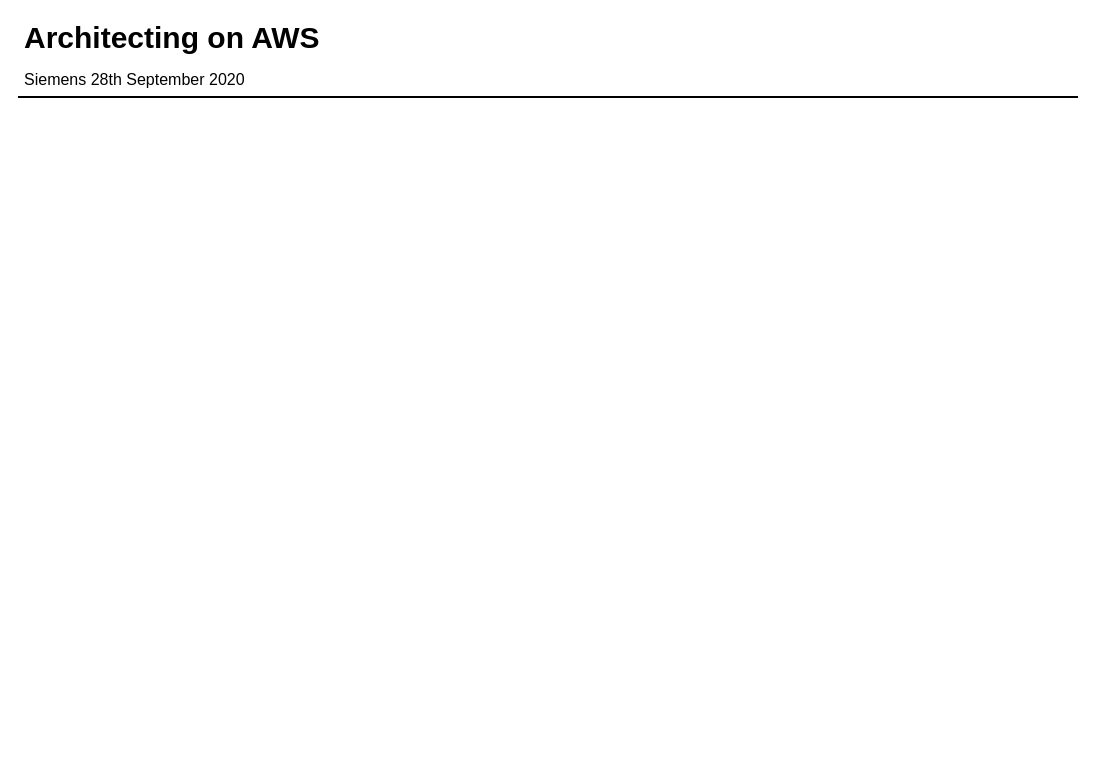
Above: page "Copy of Page-2" (3 of 6) of siemens-2809-day1.drawio in taupoali/awsdiagrams (draw.io), before the change. Source tidied: cells renumbered, new cells numbered last; positions are measured from the earlier drawing's top-left corner, leaving out a move shared by most shapes. Both pictures are drawn from the tidied source at 100%, with x=0, y=0 at pixel (17, 16).
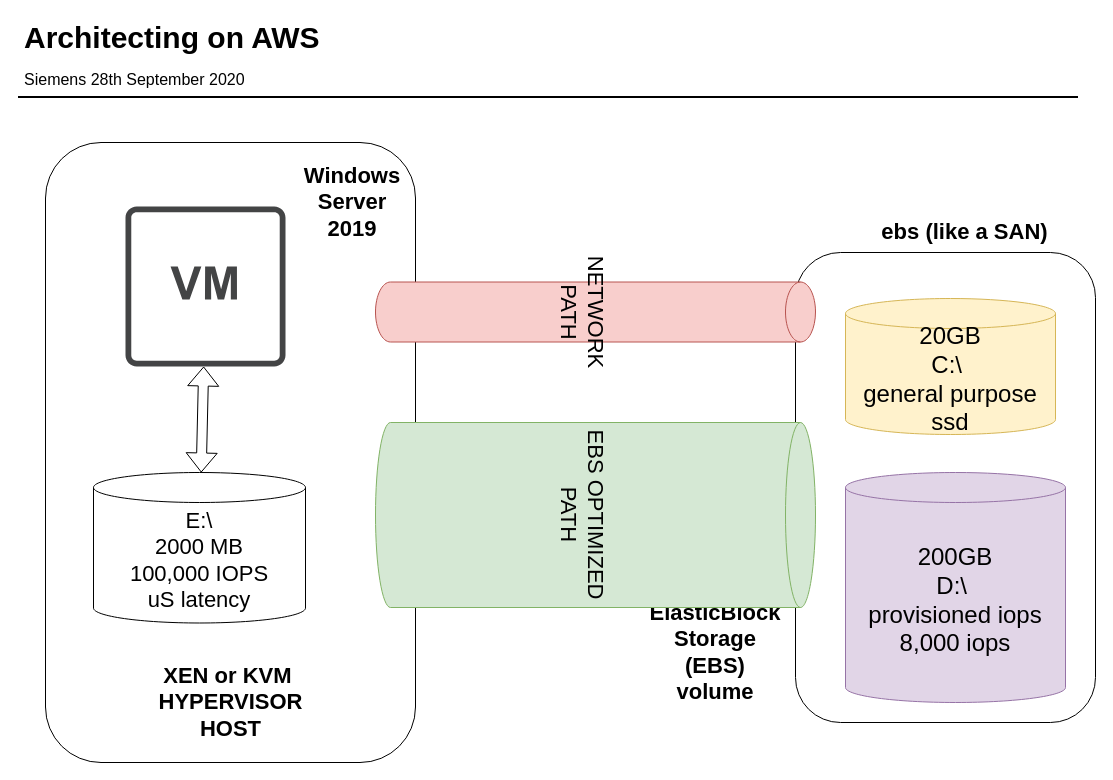
Above is the later version.

Change to the diagram source:
```diff
@@
 <mxGraphModel>
   <root>
     <mxCell id="0" />
     <mxCell id="1" parent="0" />
+    <mxCell id="5" style="rounded=1;whiteSpace=wrap;html=1;align=left;fontSize=22;" parent="1" vertex="1">
+      <mxGeometry x="778" y="236" width="300" height="470" as="geometry" />
+    </mxCell>
+    <mxCell id="6" style="rounded=1;whiteSpace=wrap;html=1;align=left;fontSize=14;" parent="1" vertex="1">
+      <mxGeometry x="28" y="126" width="370" height="620" as="geometry" />
+    </mxCell>
     <mxCell id="2" value="Architecting on AWS" style="text;html=1;align=left;verticalAlign=top;spacingTop=-4;fontSize=30;fontStyle=1;" parent="1" vertex="1">
       <mxGeometry x="4.5" y="0.5" width="310" height="40" as="geometry" />
     </mxCell>
     <mxCell id="3" value="Siemens 28th September 2020" style="text;html=1;align=left;verticalAlign=top;spacingTop=-4;fontSize=16;" parent="1" vertex="1">
       <mxGeometry x="4.5" y="50.5" width="240" height="20" as="geometry" />
     </mxCell>
     <mxCell id="4" style="line;strokeWidth=2;html=1;fontSize=14;" parent="1" vertex="1">
       <mxGeometry x="0.5" y="75.5" width="1060" height="10" as="geometry" />
     </mxCell>
+    <mxCell id="7" style="shadow=0;dashed=0;html=1;strokeColor=none;fillColor=#434445;labelPosition=center;verticalLabelPosition=bottom;verticalAlign=top;align=center;outlineConnect=0;shape=mxgraph.vvd.virtual_machine;" parent="1" vertex="1">
+      <mxGeometry x="108" y="190" width="160" height="160" as="geometry" />
+    </mxCell>
+    <mxCell id="8" value="&lt;font style=&quot;font-size: 24px&quot;&gt;20GB&lt;br&gt;C:\&amp;nbsp;&lt;br&gt;general purpose&lt;br&gt;ssd&lt;br&gt;&lt;/font&gt;" style="shape=cylinder3;whiteSpace=wrap;html=1;boundedLbl=1;backgroundOutline=1;size=15;fontSize=14;fillColor=#fff2cc;strokeColor=#d6b656;" parent="1" vertex="1">
+      <mxGeometry x="828" y="282" width="210" height="136" as="geometry" />
+    </mxCell>
+    <mxCell id="9" value="Windows Server 2019" style="text;html=1;strokeColor=none;fillColor=none;align=center;verticalAlign=middle;whiteSpace=wrap;rounded=0;fontSize=22;fontStyle=1;" parent="1" vertex="1">
+      <mxGeometry x="314.5" y="176" width="40" height="20" as="geometry" />
+    </mxCell>
+    <mxCell id="10" value="ElasticBlock Storage (EBS) volume" style="text;html=1;strokeColor=none;fillColor=none;align=center;verticalAlign=middle;whiteSpace=wrap;rounded=0;fontSize=22;fontStyle=1;" parent="1" vertex="1">
+      <mxGeometry x="678" y="626" width="40" height="20" as="geometry" />
+    </mxCell>
+    <mxCell id="11" value="XEN or KVM&amp;nbsp;&lt;br&gt;HYPERVISOR HOST" style="text;html=1;strokeColor=none;fillColor=none;align=center;verticalAlign=middle;whiteSpace=wrap;rounded=0;fontSize=22;fontStyle=1;" parent="1" vertex="1">
+      <mxGeometry x="123.8" y="676" width="178.5" height="20" as="geometry" />
+    </mxCell>
+    <mxCell id="12" value="NETWORK PATH" style="shape=cylinder3;whiteSpace=wrap;html=1;boundedLbl=1;backgroundOutline=1;size=15;fontSize=22;rotation=90;fillColor=#f8cecc;strokeColor=#b85450;" parent="1" vertex="1">
+      <mxGeometry x="548" y="75.5" width="60" height="440" as="geometry" />
+    </mxCell>
+    <mxCell id="13" value="ebs (like a SAN)" style="text;html=1;strokeColor=none;fillColor=none;align=center;verticalAlign=middle;whiteSpace=wrap;rounded=0;fontSize=22;fontStyle=1;" parent="1" vertex="1">
+      <mxGeometry x="858" y="206" width="178.5" height="20" as="geometry" />
+    </mxCell>
+    <mxCell id="14" value="EBS OPTIMIZED PATH" style="shape=cylinder3;whiteSpace=wrap;html=1;boundedLbl=1;backgroundOutline=1;size=15;fontSize=22;rotation=90;fillColor=#d5e8d4;strokeColor=#82b366;" parent="1" vertex="1">
+      <mxGeometry x="485.5" y="278.5" width="185" height="440" as="geometry" />
+    </mxCell>
+    <mxCell id="15" value="&lt;font style=&quot;font-size: 24px&quot;&gt;200GB&lt;br&gt;D:\&amp;nbsp;&lt;br&gt;provisioned iops&lt;br&gt;8,000 iops&lt;br&gt;&lt;/font&gt;" style="shape=cylinder3;whiteSpace=wrap;html=1;boundedLbl=1;backgroundOutline=1;size=15;fontSize=14;fillColor=#e1d5e7;strokeColor=#9673a6;" parent="1" vertex="1">
+      <mxGeometry x="828" y="456" width="220" height="230" as="geometry" />
+    </mxCell>
+    <mxCell id="16" value="E:\&lt;br&gt;2000 MB&lt;br&gt;100,000 IOPS&lt;br&gt;uS latency" style="shape=cylinder3;whiteSpace=wrap;html=1;boundedLbl=1;backgroundOutline=1;size=15;fontSize=22;" parent="1" vertex="1">
+      <mxGeometry x="76" y="456" width="212" height="150.5" as="geometry" />
+    </mxCell>
+    <mxCell id="17" style="shape=flexArrow;endArrow=classic;startArrow=classic;html=1;fontSize=22;" parent="1" edge="1" source="16" target="7">
+      <mxGeometry relative="1" as="geometry" />
+    </mxCell>
   </root>
 </mxGraphModel>
```
